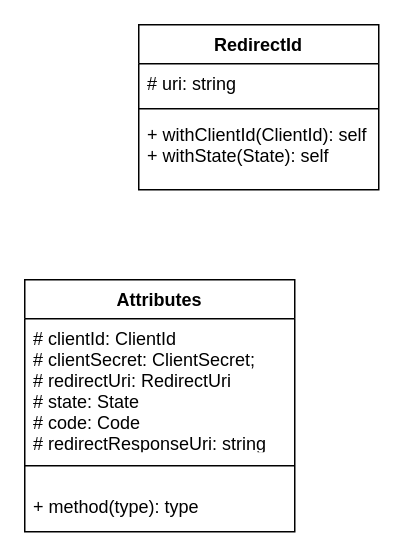
Earlier version of the draw.io diagram page "Page-4" (3 of 3) of oauth.drawio (andrzej-pakula/oauth-api-connector-bundle). Source tidied: cells renumbered, new cells numbered last; positions are measured from the earlier drawing's top-left corner, leaving out a move shared by most shapes. Both pictures are drawn from the tidied source at 150%, with x=0, y=0 at pixel (24, 24).
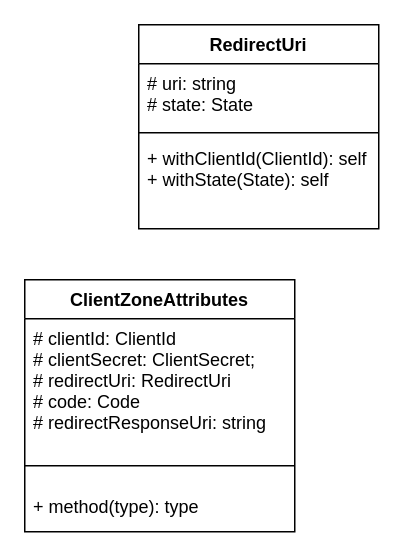
The same diagram, later.

Diff of the diagram source:
```diff
@@
 <mxGraphModel>
   <root>
     <mxCell id="0" />
     <mxCell id="1" parent="0" />
-    <mxCell id="2" value="RedirectId" style="swimlane;fontStyle=1;align=center;verticalAlign=top;horizontal=1;startSize=26;" parent="1" vertex="1">
-      <mxGeometry x="76" width="160" height="110" as="geometry" />
+    <mxCell id="2" value="RedirectUri" style="swimlane;fontStyle=1;align=center;verticalAlign=top;horizontal=1;startSize=26;" parent="1" vertex="1">
+      <mxGeometry x="76" width="160" height="136" as="geometry" />
     </mxCell>
-    <mxCell id="3" value="# uri: string" style="text;strokeColor=none;fillColor=none;align=left;verticalAlign=top;spacingLeft=4;spacingRight=4;overflow=hidden;" parent="2" vertex="1">
-      <mxGeometry y="26" width="160" height="26" as="geometry" />
+    <mxCell id="3" value="# uri: string&#10;# state: State" style="text;strokeColor=none;fillColor=none;align=left;verticalAlign=top;spacingLeft=4;spacingRight=4;overflow=hidden;" parent="2" vertex="1">
+      <mxGeometry y="26" width="160" height="42" as="geometry" />
     </mxCell>
     <mxCell id="4" style="line;strokeWidth=1;fillColor=none;align=left;verticalAlign=middle;spacingTop=-1;spacingLeft=3;spacingRight=3;labelPosition=right;" parent="2" vertex="1">
-      <mxGeometry y="52" width="160" height="8" as="geometry" />
+      <mxGeometry y="68" width="160" height="8" as="geometry" />
     </mxCell>
     <mxCell id="5" value="+ withClientId(ClientId): self&#10;+ withState(State): self" style="text;strokeColor=none;fillColor=none;align=left;verticalAlign=top;spacingLeft=4;spacingRight=4;overflow=hidden;" parent="2" vertex="1">
-      <mxGeometry y="60" width="160" height="50" as="geometry" />
+      <mxGeometry y="76" width="160" height="60" as="geometry" />
     </mxCell>
-    <mxCell id="6" value="Attributes" style="swimlane;fontStyle=1;align=center;verticalAlign=top;horizontal=1;startSize=26;" parent="1" vertex="1">
+    <mxCell id="6" value="ClientZoneAttributes" style="swimlane;fontStyle=1;align=center;verticalAlign=top;horizontal=1;startSize=26;" parent="1" vertex="1">
       <mxGeometry y="170" width="180" height="168" as="geometry" />
     </mxCell>
-    <mxCell id="7" value="# clientId: ClientId&#10;# clientSecret: ClientSecret;&#10;# redirectUri: RedirectUri&#10;# state: State&#10;# code: Code&#10;# redirectResponseUri: string" style="text;strokeColor=none;fillColor=none;align=left;verticalAlign=top;spacingLeft=4;spacingRight=4;overflow=hidden;" parent="6" vertex="1">
+    <mxCell id="7" value="# clientId: ClientId&#10;# clientSecret: ClientSecret;&#10;# redirectUri: RedirectUri&#10;# code: Code&#10;# redirectResponseUri: string" style="text;strokeColor=none;fillColor=none;align=left;verticalAlign=top;spacingLeft=4;spacingRight=4;overflow=hidden;" parent="6" vertex="1">
       <mxGeometry y="26" width="180" height="84" as="geometry" />
     </mxCell>
     <mxCell id="8" style="line;strokeWidth=1;fillColor=none;align=left;verticalAlign=middle;spacingTop=-1;spacingLeft=3;spacingRight=3;labelPosition=right;" parent="6" vertex="1">
       <mxGeometry y="110" width="180" height="28" as="geometry" />
     </mxCell>
     <mxCell id="9" value="+ method(type): type" style="text;strokeColor=none;fillColor=none;align=left;verticalAlign=top;spacingLeft=4;spacingRight=4;overflow=hidden;" parent="6" vertex="1">
       <mxGeometry y="138" width="180" height="30" as="geometry" />
     </mxCell>
   </root>
 </mxGraphModel>
```
